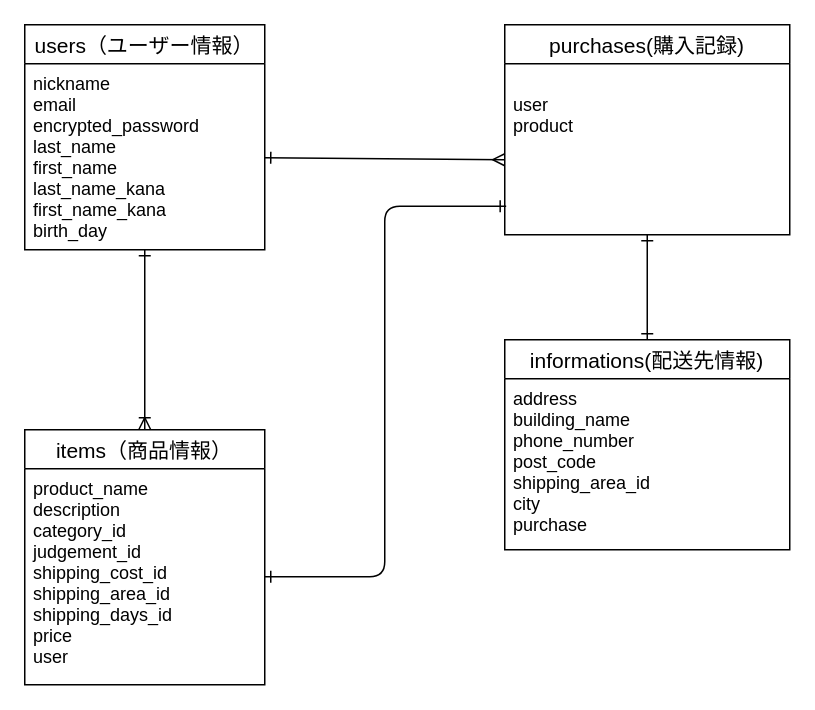
Earlier version of the draw.io diagram furimaDB.dio (Taketai/furima-35685). Source tidied: cells renumbered, new cells numbered last; positions are measured from the earlier drawing's top-left corner, leaving out a move shared by most shapes. Both pictures are drawn from the tidied source at 150%, with x=0, y=0 at pixel (24, 24).
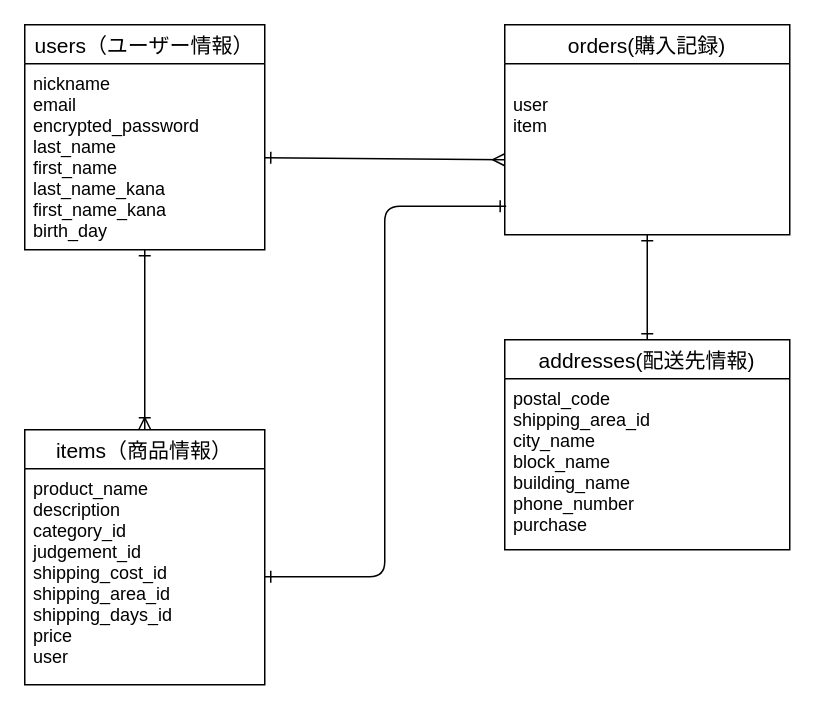
After the change.

Diff of the diagram source:
```diff
@@
 <mxGraphModel>
   <root>
     <mxCell id="0" />
     <mxCell id="1" parent="0" />
     <mxCell id="2" value="users（ユーザー情報）" style="swimlane;fontStyle=0;horizontal=1;startSize=26;align=center;fontSize=14;" parent="1" vertex="1">
       <mxGeometry width="160" height="150" as="geometry" />
     </mxCell>
     <mxCell id="3" value="nickname&#10;email&#10;encrypted_password&#10;last_name&#10;first_name&#10;last_name_kana&#10;first_name_kana&#10;birth_day&#10;" style="text;strokeColor=none;fillColor=none;spacingLeft=4;spacingRight=4;overflow=hidden;points=[[0,0.5],[1,0.5]];portConstraint=eastwest;fontSize=12;" parent="2" vertex="1">
       <mxGeometry y="26" width="160" height="124" as="geometry" />
     </mxCell>
-    <mxCell id="4" value="purchases(購入記録)" style="swimlane;fontStyle=0;horizontal=1;startSize=26;align=center;fontSize=14;" parent="1" vertex="1">
+    <mxCell id="4" value="orders(購入記録)" style="swimlane;fontStyle=0;horizontal=1;startSize=26;align=center;fontSize=14;" parent="1" vertex="1">
       <mxGeometry x="320" width="190" height="140" as="geometry" />
     </mxCell>
-    <mxCell id="5" value="&#10;user&#10;product" style="text;strokeColor=none;fillColor=none;spacingLeft=4;spacingRight=4;overflow=hidden;points=[[0,0.5],[1,0.5]];portConstraint=eastwest;fontSize=12;" parent="4" vertex="1">
+    <mxCell id="5" value="&#10;user&#10;item" style="text;strokeColor=none;fillColor=none;spacingLeft=4;spacingRight=4;overflow=hidden;points=[[0,0.5],[1,0.5]];portConstraint=eastwest;fontSize=12;" parent="4" vertex="1">
       <mxGeometry y="26" width="190" height="114" as="geometry" />
     </mxCell>
     <mxCell id="6" value="items（商品情報）" style="swimlane;fontStyle=0;horizontal=1;startSize=26;align=center;fontSize=14;" parent="1" vertex="1">
       <mxGeometry y="270" width="160" height="170" as="geometry" />
     </mxCell>
     <mxCell id="7" value="product_name&#10;description&#10;category_id&#10;judgement_id&#10;shipping_cost_id&#10;shipping_area_id&#10;shipping_days_id&#10;price&#10;user" style="text;strokeColor=none;fillColor=none;spacingLeft=4;spacingRight=4;overflow=hidden;points=[[0,0.5],[1,0.5]];portConstraint=eastwest;fontSize=12;" parent="6" vertex="1">
       <mxGeometry y="26" width="160" height="144" as="geometry" />
     </mxCell>
     <mxCell id="8" style="fontSize=12;html=1;endArrow=ERoneToMany;entryX=0.5;entryY=0;entryDx=0;entryDy=0;startArrow=ERone;startFill=0;" parent="1" edge="1" source="3" target="6">
       <mxGeometry relative="1" as="geometry" />
     </mxCell>
     <mxCell id="9" style="fontSize=12;html=1;endArrow=ERmany;startArrow=ERone;startFill=0;endFill=0;" parent="1" edge="1" source="3">
       <mxGeometry relative="1" as="geometry">
         <mxPoint x="320" y="90" as="targetPoint" />
       </mxGeometry>
     </mxCell>
-    <mxCell id="10" value="informations(配送先情報)" style="swimlane;fontStyle=0;horizontal=1;startSize=26;align=center;fontSize=14;" parent="1" vertex="1">
+    <mxCell id="10" value="addresses(配送先情報)" style="swimlane;fontStyle=0;horizontal=1;startSize=26;align=center;fontSize=14;" parent="1" vertex="1">
       <mxGeometry x="320" y="210" width="190" height="140" as="geometry" />
     </mxCell>
-    <mxCell id="11" value="address&#10;building_name&#10;phone_number&#10;post_code&#10;shipping_area_id&#10;city&#10;purchase" style="text;strokeColor=none;fillColor=none;spacingLeft=4;spacingRight=4;overflow=hidden;fontSize=12;" parent="10" vertex="1">
+    <mxCell id="11" value="postal_code&#10;shipping_area_id &#10;city_name&#10;block_name&#10;building_name&#10;phone_number&#10;purchase" style="text;strokeColor=none;fillColor=none;spacingLeft=4;spacingRight=4;overflow=hidden;fontSize=12;" parent="10" vertex="1">
       <mxGeometry y="26" width="190" height="114" as="geometry" />
     </mxCell>
     <mxCell id="12" style="fontSize=12;html=1;endArrow=ERone;endFill=1;startArrow=ERone;startFill=0;" parent="1" edge="1" source="10">
       <mxGeometry relative="1" as="geometry">
         <mxPoint x="415" y="140" as="targetPoint" />
       </mxGeometry>
     </mxCell>
     <mxCell id="13" style="fontSize=12;html=1;endArrow=ERone;startArrow=ERone;edgeStyle=orthogonalEdgeStyle;entryX=0.005;entryY=0.833;entryDx=0;entryDy=0;entryPerimeter=0;startFill=0;endFill=0;" parent="1" edge="1" source="7" target="5">
       <mxGeometry relative="1" as="geometry" />
     </mxCell>
   </root>
 </mxGraphModel>
```
